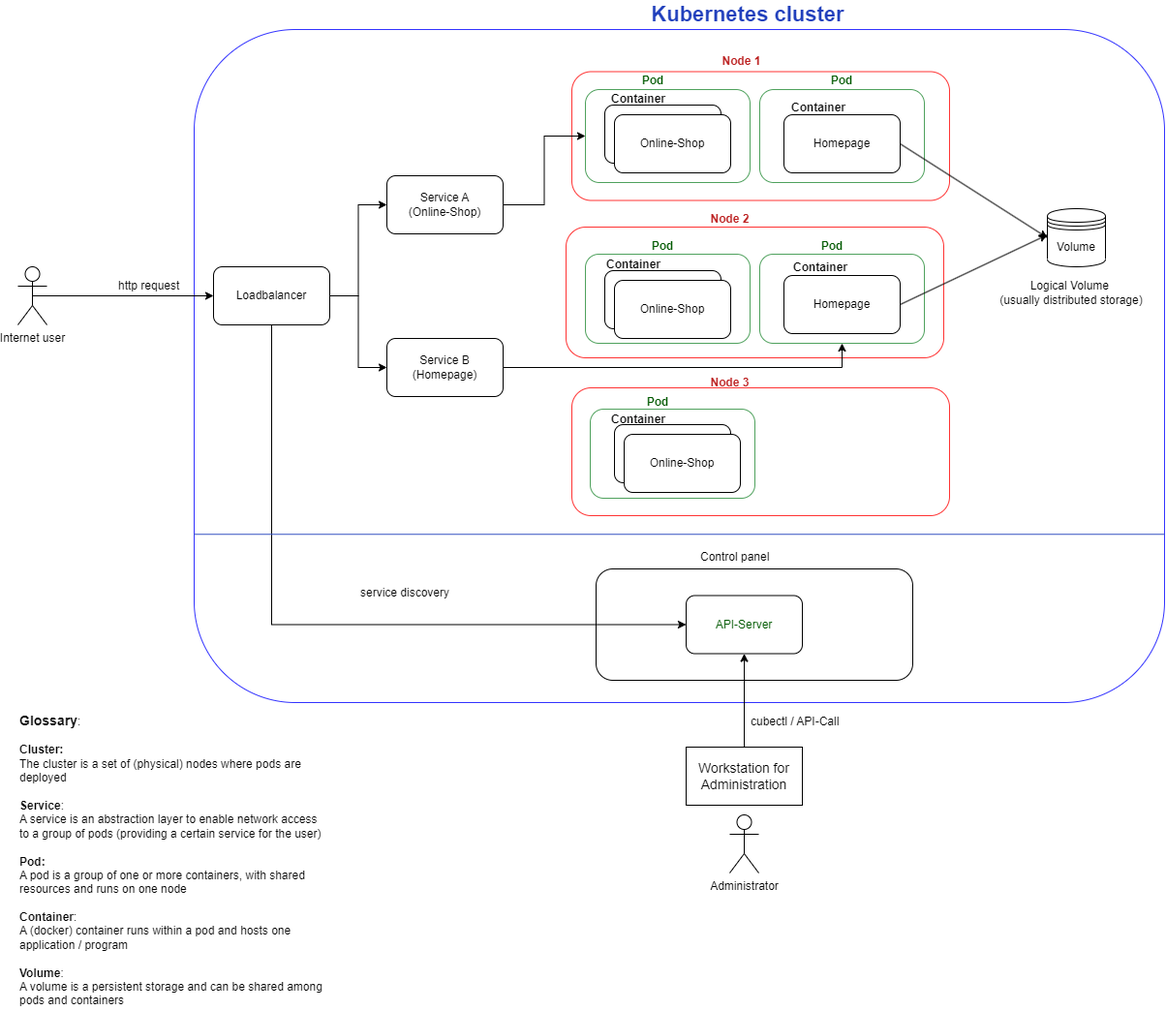
Above: Part-3/3.11/kubernetes.png in HoffmannTom/DevOps-with-Docker (draw.io), before the change. Source tidied: cells renumbered, new cells last; positions are measured from the earlier drawing's top-left corner, leaving out a move shared by most shapes.
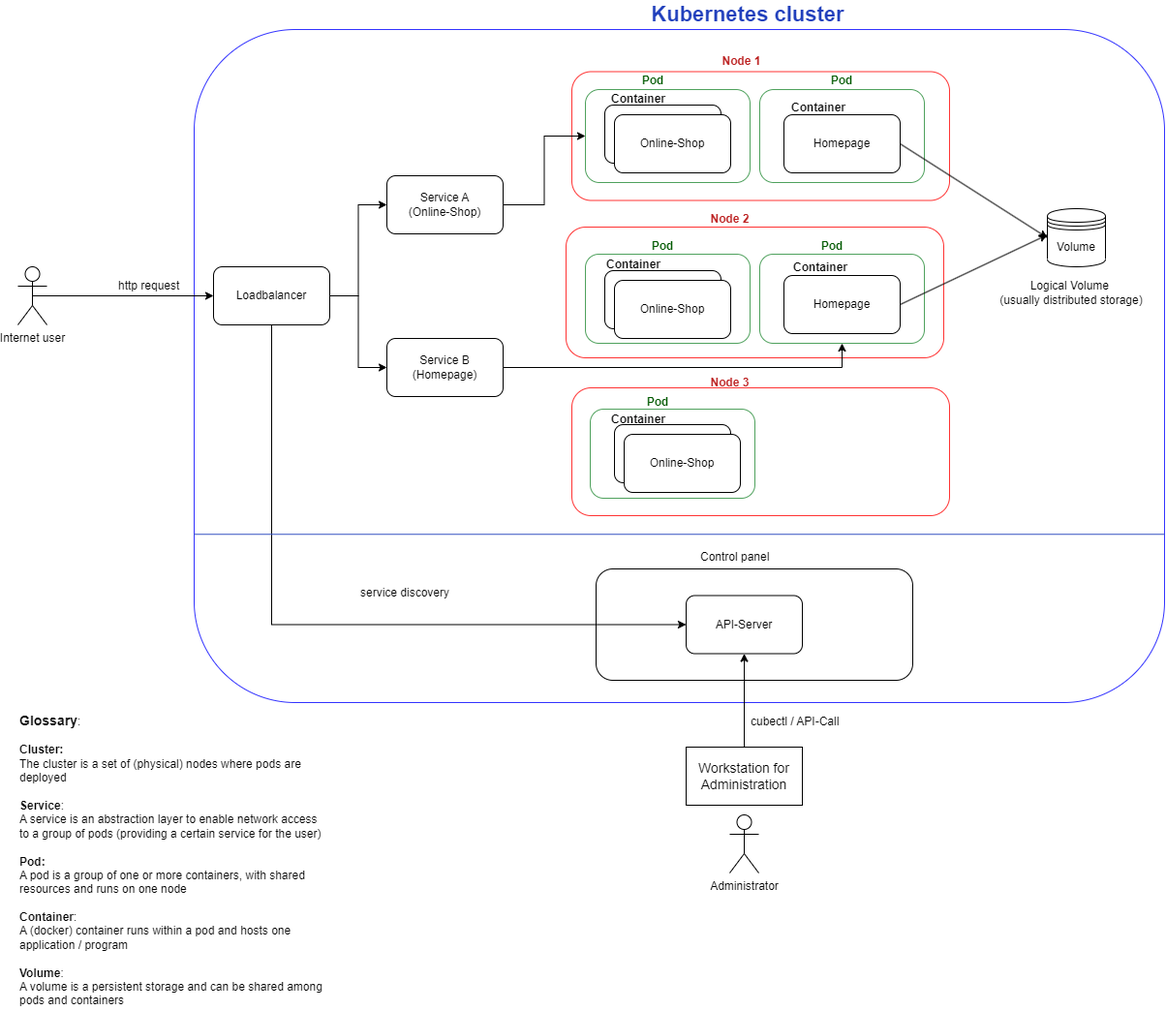
The same file after the commit.

What changed in the source:
```diff
@@ -89,7 +89,7 @@
     <mxCell id="30" value="&lt;div style=&quot;&quot;&gt;cubectl / API-Call&lt;/div&gt;" style="text;html=1;strokeColor=none;fillColor=none;align=left;verticalAlign=middle;whiteSpace=wrap;rounded=0;" parent="1" vertex="1">
       <mxGeometry x="755" y="732.5" width="115" height="25" as="geometry" />
     </mxCell>
-    <mxCell id="31" value="API-Server" style="rounded=1;whiteSpace=wrap;html=1;strokeColor=#000000;fontColor=#005900;fillColor=none;" parent="1" vertex="1">
+    <mxCell id="31" value="API-Server" style="rounded=1;whiteSpace=wrap;html=1;strokeColor=#000000;fontColor=#000000;fillColor=none;" parent="1" vertex="1">
       <mxGeometry x="690" y="614.5" width="120" height="60" as="geometry" />
     </mxCell>
     <mxCell id="32" value="&lt;div style=&quot;&quot;&gt;Control panel&lt;/div&gt;" style="text;html=1;strokeColor=none;fillColor=none;align=left;verticalAlign=middle;whiteSpace=wrap;rounded=0;" parent="1" vertex="1">
```
